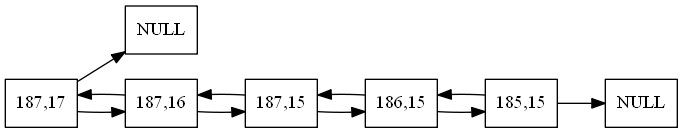
olgt/EDD_1S2019_P1_201612341 keeps this Graphviz diagram as SnakeReport.png. Above is the earlier version. Its source is kept beside it as SnakeReport.dot.
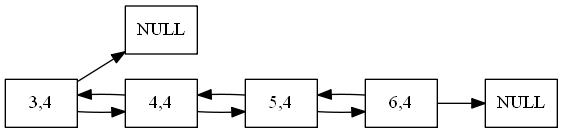
Above is the later version.

Diff of the diagram source:
```diff
@@ -3,19 +3,16 @@
 rankdir=LR;
 node0 [label=" NULL "];
 node1 -> node0;
-node1 [label=" 187,17 "];
+node1 [label=" 3,4 "];
 node1 -> node2;
 node2 -> node1;
-node2 [label=" 187,16 "];
+node2 [label=" 4,4 "];
 node2 -> node3;
 node3 -> node2;
-node3 [label=" 187,15 "];
+node3 [label=" 5,4 "];
 node3 -> node4;
 node4 -> node3;
-node4 [label=" 186,15 "];
+node4 [label=" 6,4 "];
 node4 -> node5;
-node5 -> node4;
-node5 [label=" 185,15 "];
-node5 -> node6;
-node6 [label=" NULL "];
+node5 [label=" NULL "];
 }
```
